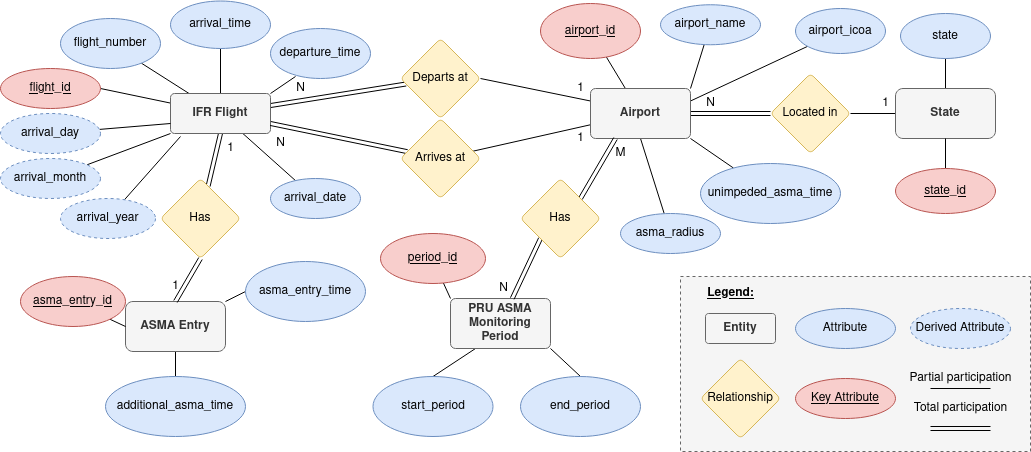
Earlier version of the draw.io export resources/ER-Diagramdrawio-revisited.png (quinten-goens/EC-Demo). Source tidied: cells renumbered, new cells last; positions are measured from the earlier drawing's top-left corner, leaving out a move shared by most shapes.
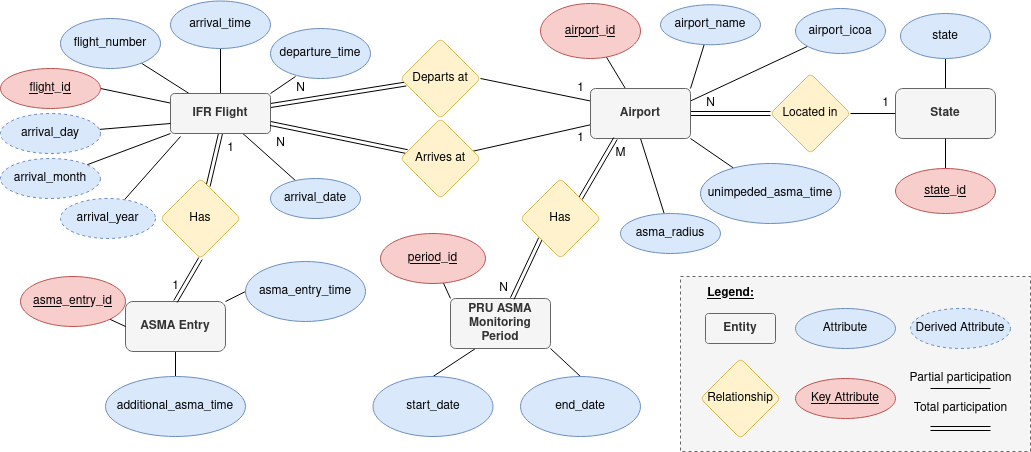
The same file after the commit.

The edit, as a diff of the source:
```diff
@@ -248,10 +248,10 @@
     <mxCell id="81" value="&lt;u&gt;period_id&lt;/u&gt;" style="ellipse;whiteSpace=wrap;html=1;fillColor=#f8cecc;strokeColor=#b85450;rounded=1;" parent="1" vertex="1">
       <mxGeometry x="380" y="233" width="105" height="50" as="geometry" />
     </mxCell>
-    <mxCell id="82" value="start_period" style="ellipse;whiteSpace=wrap;html=1;fillColor=#dae8fc;strokeColor=#6c8ebf;rounded=1;" parent="1" vertex="1">
+    <mxCell id="82" value="start_date" style="ellipse;whiteSpace=wrap;html=1;fillColor=#dae8fc;strokeColor=#6c8ebf;rounded=1;" parent="1" vertex="1">
       <mxGeometry x="372.5" y="376" width="120" height="60" as="geometry" />
     </mxCell>
-    <mxCell id="83" value="end_period" style="ellipse;whiteSpace=wrap;html=1;fillColor=#dae8fc;strokeColor=#6c8ebf;rounded=1;" parent="1" vertex="1">
+    <mxCell id="83" value="end_date" style="ellipse;whiteSpace=wrap;html=1;fillColor=#dae8fc;strokeColor=#6c8ebf;rounded=1;" parent="1" vertex="1">
       <mxGeometry x="520" y="376" width="120" height="60" as="geometry" />
     </mxCell>
     <mxCell id="84" value="N" style="text;html=1;align=center;verticalAlign=middle;strokeColor=none;fillColor=none;" parent="1" vertex="1">
```
